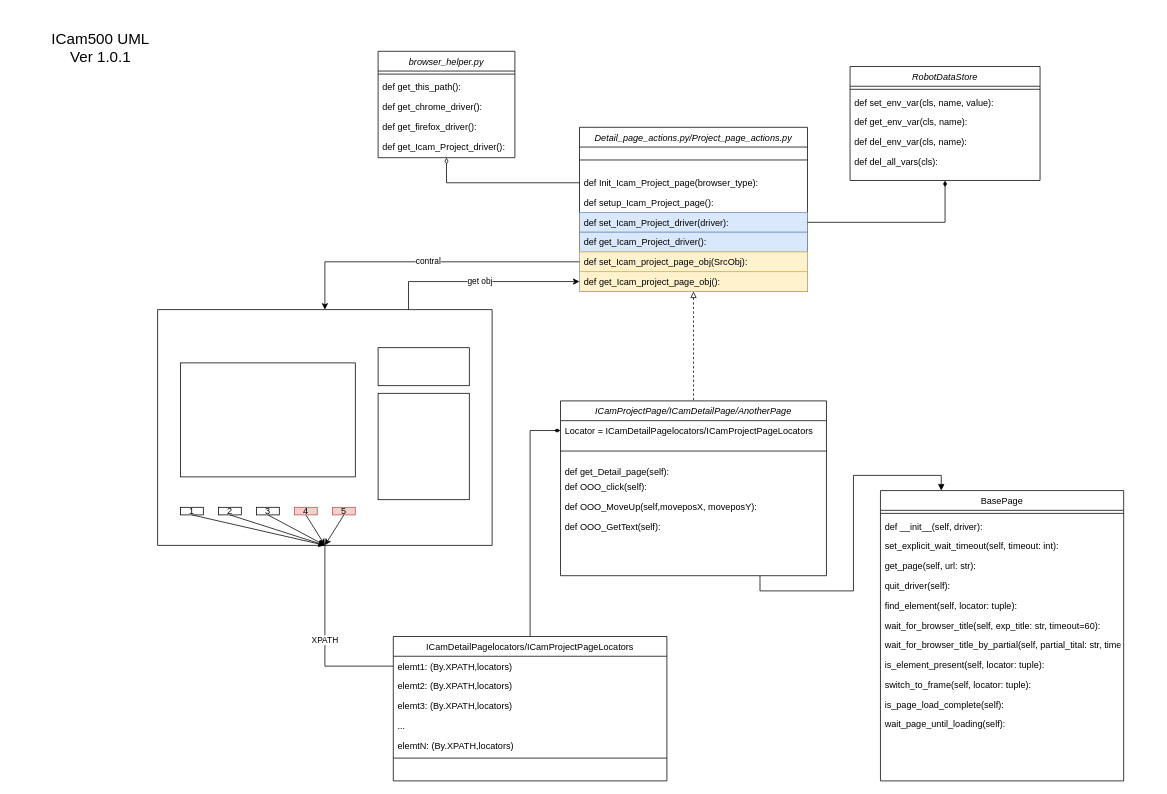
Before: page "原架構" (4 of 4) of doc/E2E架構圖.drawio in YiFan0221/E2E-POM, a draw.io diagram. Source tidied: cells renumbered, new cells numbered last; positions are measured from the earlier drawing's top-left corner, leaving out a move shared by most shapes. Both pictures are drawn from the tidied source at 76%, with x=0, y=0 at pixel (13, 13).
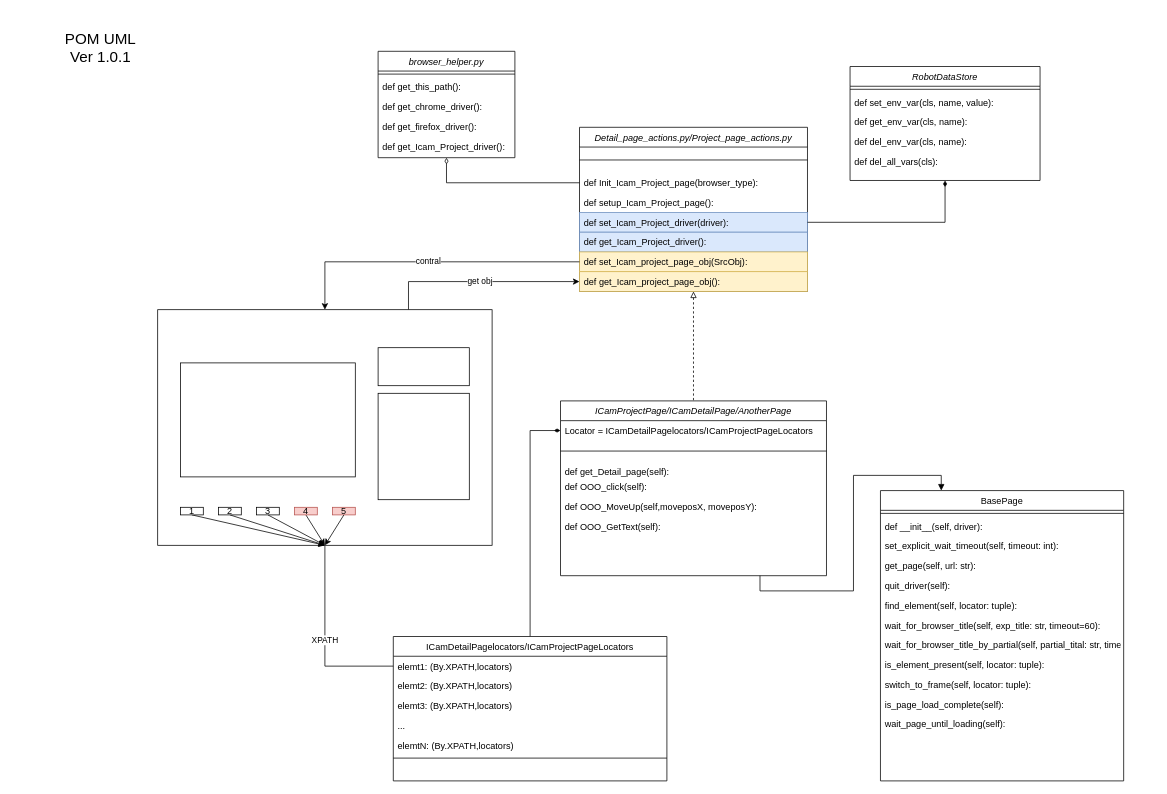
Above is the later version.

What changed in the source:
```diff
@@
-    <mxCell id="40" value="&lt;font style=&quot;font-size: 20px&quot;&gt;ICam500 UML&lt;br&gt;Ver 1.0.1&lt;br&gt;&lt;/font&gt;" style="text;html=1;strokeColor=none;fillColor=none;align=center;verticalAlign=middle;whiteSpace=wrap;rounded=0;" parent="1" vertex="1">
+    <mxCell id="40" value="&lt;font style=&quot;font-size: 20px&quot;&gt;POM UML&lt;br&gt;Ver 1.0.1&lt;br&gt;&lt;/font&gt;" style="text;html=1;strokeColor=none;fillColor=none;align=center;verticalAlign=middle;whiteSpace=wrap;rounded=0;" parent="1" vertex="1">
       <mxGeometry width="230" height="90" as="geometry" />
     </mxCell>
```
